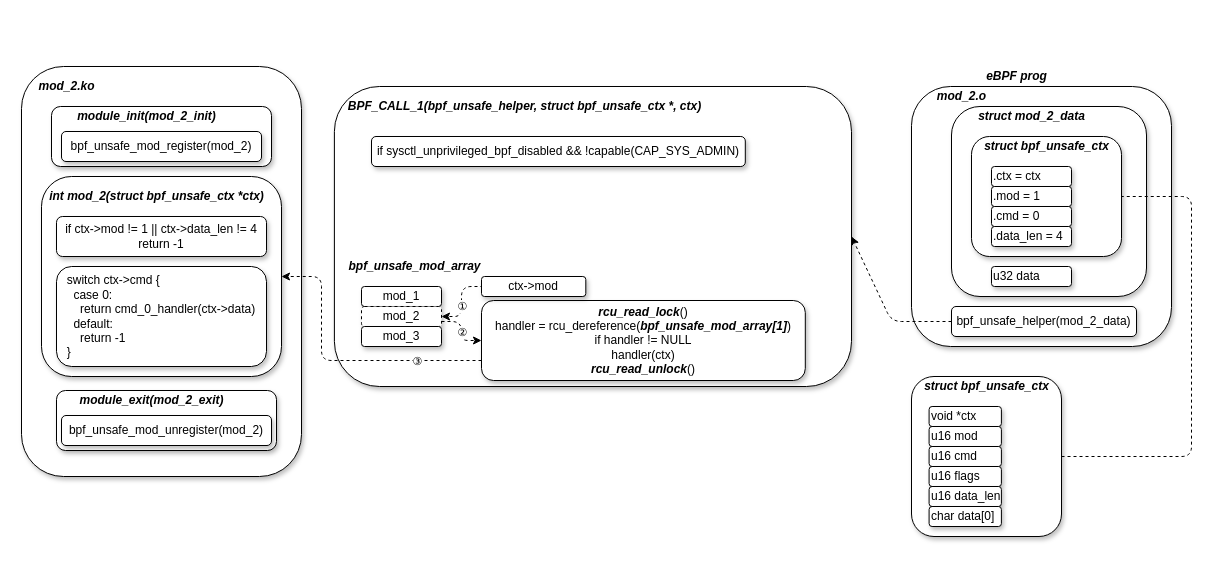
The draw.io diagram bpf_helper_sec.drawio in AirbornWdd/doc, before the edit. Source tidied: cells renumbered, new cells numbered last; positions are measured from the earlier drawing's top-left corner, leaving out a move shared by most shapes. Both pictures are drawn from the tidied source at 100%, with x=0, y=0 at pixel (21, 66).
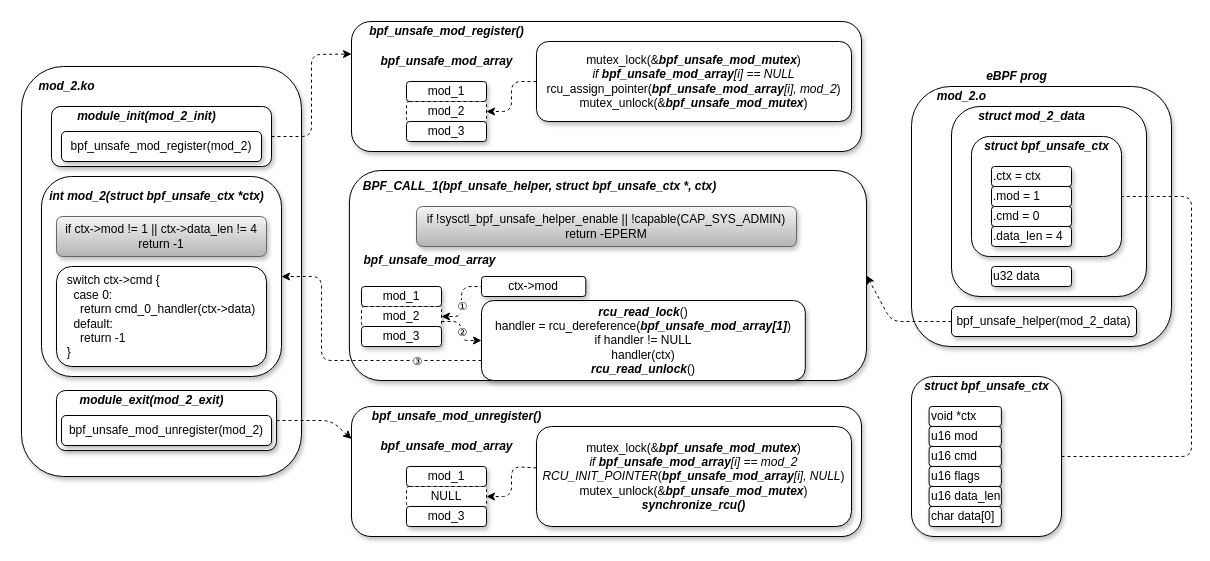
The same page after the edit.

The change refers to these unchanged cells:
```xml
<mxCell id="12" style="rounded=1;whiteSpace=wrap;html=1;shadow=1;" parent="1" vertex="1">
  <mxGeometry x="35" y="324" width="220" height="60" as="geometry" />
</mxCell>
<mxCell id="41" style="rounded=1;whiteSpace=wrap;html=1;shadow=1;" parent="1" vertex="1">
  <mxGeometry x="30" y="40" width="220" height="60" as="geometry" />
</mxCell>
```

Diff of the diagram source:
```diff
@@
     <mxCell id="2" style="group;" parent="1" vertex="1">
-      <mxGeometry x="510" y="150" width="320" height="170" as="geometry" />
+      <mxGeometry x="525" y="144" width="320" height="170" as="geometry" />
     </mxCell>
     <mxCell id="3" style="rounded=1;whiteSpace=wrap;html=1;shadow=1;" parent="2" vertex="1">
-      <mxGeometry x="-197.1" y="-130" width="517.1" height="300" as="geometry" />
+      <mxGeometry x="-197.1" y="-40" width="517.1" height="210" as="geometry" />
     </mxCell>
@@
+    <mxCell id="55" style="rounded=1;whiteSpace=wrap;html=1;shadow=1;" parent="1" vertex="1">
+      <mxGeometry x="330" y="-45" width="510" height="130" as="geometry" />
+    </mxCell>
+    <mxCell id="56" value="&lt;b&gt;&lt;i&gt;bpf_unsafe_mod_register()&lt;/i&gt;&lt;/b&gt;" style="text;html=1;align=center;verticalAlign=middle;" parent="1" vertex="1">
+      <mxGeometry x="340" y="-45" width="170" height="20" as="geometry" />
+    </mxCell>
+    <mxCell id="57" value="mutex_lock(&amp;amp;&lt;b&gt;&lt;i&gt;bpf_unsafe_mod_mutex&lt;/i&gt;&lt;/b&gt;)&lt;br&gt;&lt;i&gt;if &lt;b&gt;bpf_unsafe_mod_array&lt;/b&gt;[i] == NULL&lt;br&gt;&lt;/i&gt;rcu_assign_pointer(&lt;i&gt;&lt;b&gt;bpf_unsafe_mod_array&lt;/b&gt;[i], mod_2&lt;/i&gt;)&lt;br&gt;mutex_unlock(&amp;amp;&lt;b&gt;&lt;i&gt;bpf_unsafe_mod_mutex&lt;/i&gt;&lt;/b&gt;)" style="rounded=1;whiteSpace=wrap;html=1;shadow=1;" parent="1" vertex="1">
+      <mxGeometry x="515" y="-25" width="315" height="80" as="geometry" />
+    </mxCell>
+    <mxCell id="58" value="&lt;b&gt;&lt;i&gt;bpf_unsafe_mod_array&lt;/i&gt;&lt;/b&gt;" style="text;html=1;align=center;verticalAlign=middle;" parent="1" vertex="1">
+      <mxGeometry x="350" y="-15" width="150" height="20" as="geometry" />
+    </mxCell>
+    <mxCell id="59" value="mod_1" style="rounded=1;whiteSpace=wrap;html=1;shadow=1;" parent="1" vertex="1">
+      <mxGeometry x="385" y="15" width="80" height="20" as="geometry" />
+    </mxCell>
+    <mxCell id="60" value="mod_2" style="rounded=1;whiteSpace=wrap;html=1;shadow=1;dashed=1;" parent="1" vertex="1">
+      <mxGeometry x="385" y="35" width="80" height="20" as="geometry" />
+    </mxCell>
+    <mxCell id="61" value="mod_3" style="rounded=1;whiteSpace=wrap;html=1;shadow=1;" parent="1" vertex="1">
+      <mxGeometry x="385" y="55" width="80" height="20" as="geometry" />
+    </mxCell>
+    <mxCell id="62" style="endArrow=classic;html=1;exitX=0;exitY=0.5;exitDx=0;exitDy=0;entryX=1;entryY=0.5;entryDx=0;entryDy=0;dashed=1;" parent="1" edge="1" source="57" target="60">
+      <mxGeometry relative="1" as="geometry">
+        <Array as="points">
+          <mxPoint x="490" y="15" />
+          <mxPoint x="490" y="45" />
+        </Array>
+      </mxGeometry>
+    </mxCell>
+    <mxCell id="63" style="rounded=1;whiteSpace=wrap;html=1;shadow=1;" parent="1" vertex="1">
+      <mxGeometry x="330" y="340" width="510" height="130" as="geometry" />
+    </mxCell>
+    <mxCell id="64" value="&lt;b&gt;&lt;i&gt;bpf_unsafe_mod_unregister()&lt;/i&gt;&lt;/b&gt;" style="text;html=1;align=center;verticalAlign=middle;" parent="1" vertex="1">
+      <mxGeometry x="345" y="340" width="180" height="20" as="geometry" />
+    </mxCell>
+    <mxCell id="65" value="mutex_lock(&amp;amp;&lt;b&gt;&lt;i&gt;bpf_unsafe_mod_mutex&lt;/i&gt;&lt;/b&gt;)&lt;br&gt;&lt;i&gt;if &lt;b&gt;bpf_unsafe_mod_array&lt;/b&gt;[i] == mod_2&lt;br&gt;&lt;/i&gt;&lt;i&gt;RCU_INIT_POINTER&lt;/i&gt;(&lt;i&gt;&lt;b&gt;bpf_unsafe_mod_array&lt;/b&gt;[i], NULL&lt;/i&gt;)&lt;br&gt;mutex_unlock(&amp;amp;&lt;b&gt;&lt;i&gt;bpf_unsafe_mod_mutex&lt;/i&gt;&lt;/b&gt;)&lt;br&gt;&lt;b&gt;&lt;i&gt;synchronize_rcu()&lt;/i&gt;&lt;/b&gt;" style="rounded=1;whiteSpace=wrap;html=1;shadow=1;" parent="1" vertex="1">
+      <mxGeometry x="515" y="360" width="315" height="100" as="geometry" />
+    </mxCell>
+    <mxCell id="66" value="&lt;b&gt;&lt;i&gt;bpf_unsafe_mod_array&lt;/i&gt;&lt;/b&gt;" style="text;html=1;align=center;verticalAlign=middle;" parent="1" vertex="1">
+      <mxGeometry x="350" y="370" width="150" height="20" as="geometry" />
+    </mxCell>
+    <mxCell id="67" value="mod_1" style="rounded=1;whiteSpace=wrap;html=1;shadow=1;" parent="1" vertex="1">
+      <mxGeometry x="385" y="400" width="80" height="20" as="geometry" />
+    </mxCell>
+    <mxCell id="68" value="NULL" style="rounded=1;whiteSpace=wrap;html=1;shadow=1;dashed=1;" parent="1" vertex="1">
+      <mxGeometry x="385" y="420" width="80" height="20" as="geometry" />
+    </mxCell>
+    <mxCell id="69" value="mod_3" style="rounded=1;whiteSpace=wrap;html=1;shadow=1;" parent="1" vertex="1">
+      <mxGeometry x="385" y="440" width="80" height="20" as="geometry" />
+    </mxCell>
+    <mxCell id="70" style="endArrow=classic;html=1;entryX=1;entryY=0.5;entryDx=0;entryDy=0;dashed=1;" parent="1" edge="1" source="65" target="68">
+      <mxGeometry relative="1" as="geometry">
+        <Array as="points">
+          <mxPoint x="490" y="400" />
+          <mxPoint x="490" y="430" />
+        </Array>
+      </mxGeometry>
+    </mxCell>
@@
-    <mxCell id="46" value="if ctx-&amp;gt;mod != 1 || ctx-&amp;gt;data_len != 4&lt;br&gt;return -1" style="rounded=1;whiteSpace=wrap;html=1;shadow=1;" parent="1" vertex="1">
+    <mxCell id="46" value="if ctx-&amp;gt;mod != 1 || ctx-&amp;gt;data_len != 4&lt;br&gt;return -1" style="rounded=1;whiteSpace=wrap;html=1;shadow=1;fillColor=#f5f5f5;strokeColor=#666666;gradientColor=#b3b3b3;" parent="1" vertex="1">
       <mxGeometry x="35" y="150" width="210" height="40" as="geometry" />
     </mxCell>
@@
+    <mxCell id="71" style="endArrow=classic;html=1;entryX=0;entryY=0.25;entryDx=0;entryDy=0;exitX=1;exitY=0.5;exitDx=0;exitDy=0;dashed=1;" parent="1" edge="1" source="41" target="55">
+      <mxGeometry relative="1" as="geometry">
+        <Array as="points">
+          <mxPoint x="290" y="70" />
+          <mxPoint x="290" y="-12" />
+        </Array>
+      </mxGeometry>
+    </mxCell>
+    <mxCell id="72" style="endArrow=classic;html=1;dashed=1;entryX=0;entryY=0.25;entryDx=0;entryDy=0;exitX=1;exitY=0.5;exitDx=0;exitDy=0;" parent="1" edge="1" source="12" target="63">
+      <mxGeometry relative="1" as="geometry">
+        <Array as="points">
+          <mxPoint x="310" y="354" />
+        </Array>
+      </mxGeometry>
+    </mxCell>
@@
+    <mxCell id="73" value="if !sysctl_bpf_unsafe_helper_enable || !capable(CAP_SYS_ADMIN)&lt;br&gt;return -EPERM" style="rounded=1;whiteSpace=wrap;html=1;shadow=1;fillColor=#f5f5f5;strokeColor=#666666;gradientColor=#b3b3b3;" parent="1" vertex="1">
+      <mxGeometry x="395" y="140" width="380" height="40" as="geometry" />
+    </mxCell>
     <mxCell id="53" value="&lt;b&gt;&lt;i&gt;BPF_CALL_1(bpf_unsafe_helper, &lt;/i&gt;&lt;/b&gt;&lt;b&gt;&lt;i&gt;struct bpf_unsafe_ctx *&lt;/i&gt;&lt;/b&gt;&lt;b&gt;&lt;i&gt;, ctx)&lt;/i&gt;&lt;/b&gt;" style="text;html=1;align=center;verticalAlign=middle;" parent="1" vertex="1">
-      <mxGeometry x="317.9" y="30" width="370" height="20" as="geometry" />
+      <mxGeometry x="332.9" y="110" width="370" height="20" as="geometry" />
     </mxCell>
-    <mxCell id="54" value="if sysctl_unprivileged_bpf_disabled &amp;amp;&amp;amp; !capable(CAP_SYS_ADMIN)" style="rounded=1;whiteSpace=wrap;html=1;shadow=1;" parent="1" vertex="1">
-      <mxGeometry x="350" y="70" width="373.8" height="30" as="geometry" />
-    </mxCell>
```
